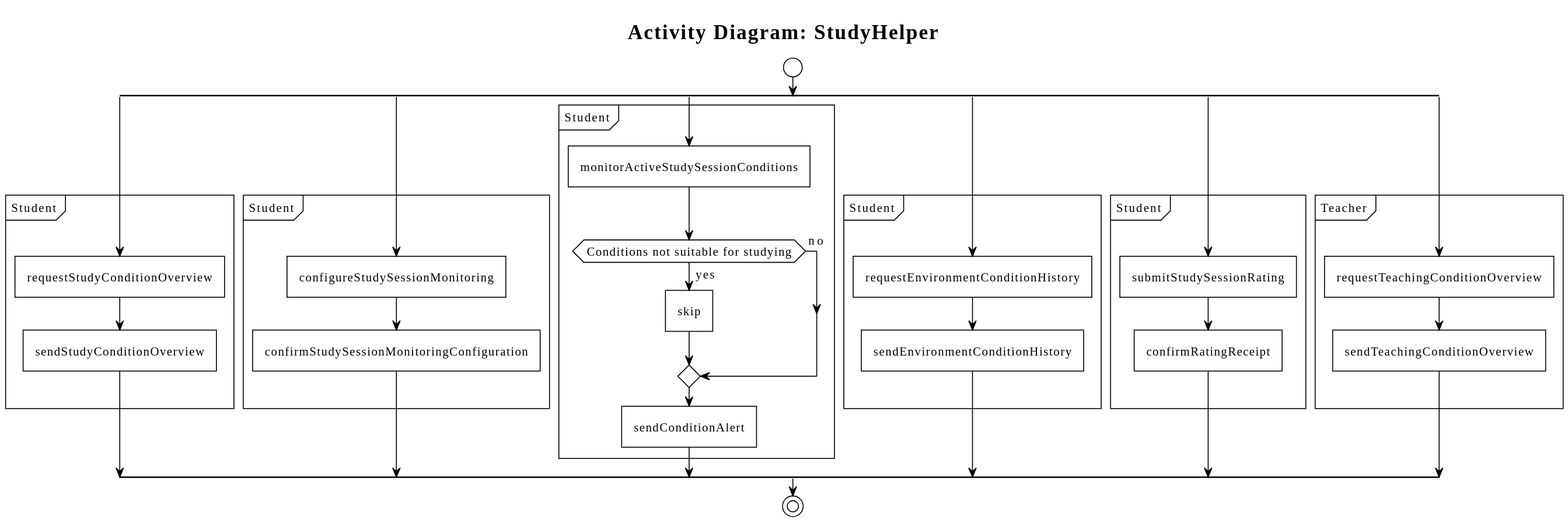
SEP4Real/SEP4 keeps this PlantUML diagram as Documentation/Analysis/StudyHelper.activity.svg. Above is the earlier version. The source it was exported from:
```plantuml
@startuml
skinparam MessageAlign center
title Activity Diagram: StudyHelper
!include https://raw.githubusercontent.com/fredoslav2004/MinimalThemePUML/refs/heads/main/minimal-theme.puml
start
split
partition "Student" {
    label AssessStudyConditionsForStudySession_start
    :requestStudyConditionOverview;
    :sendStudyConditionOverview;
    label AssessStudyConditionsForStudySession_end
}
split again
partition "Student" {
    label ConfigureStudySessionMonitoring_start
    :configureStudySessionMonitoring;
    :confirmStudySessionMonitoringConfiguration;
    label ConfigureStudySessionMonitoring_end
}
split again
partition "Student" {
    :monitorActiveStudySessionConditions;
    label ReceiveStudentEnvironmentAlert_
    if (Conditions not suitable for studying) then (yes)
      :skip;
    else (no)
    endif
    :sendConditionAlert;
    label ReceiveStudentEnvironmentAlert_end
}
split again
partition "Student" {
    label ViewEnvironmentConditionHistory_start
    :requestEnvironmentConditionHistory;
    :sendEnvironmentConditionHistory;
    label ViewEnvironmentConditionHistory_end
}
split again
partition "Student" {
    label RateStudySessionSuitability_start
    :submitStudySessionRating;
    :confirmRatingReceipt;
    label RateStudySessionSuitability_end
}
split again
partition "Teacher" {
    label AssessConditionsForTeaching_start
    :requestTeachingConditionOverview;
    :sendTeachingConditionOverview;
    label AssessConditionsForTeaching_end
}
endsplit
stop
@enduml
```
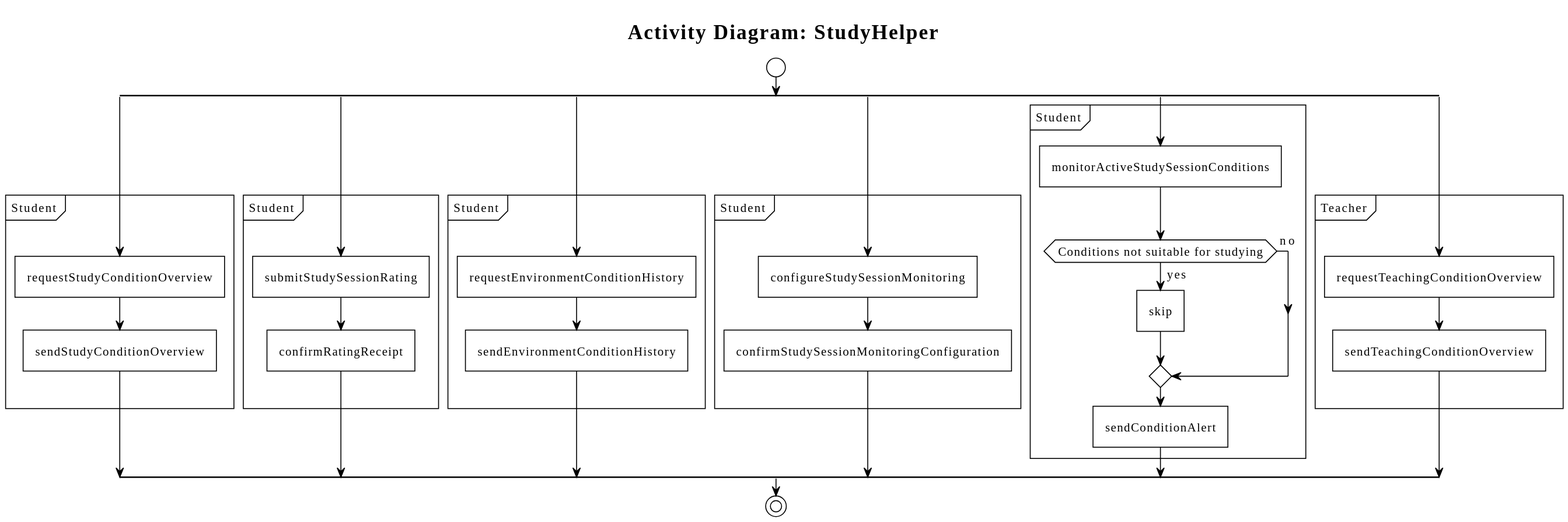
Later version of the same file.

Commit message:
[Add] Help Diagrams

What changed in the source:
```diff
@@ -9,6 +9,20 @@
     :requestStudyConditionOverview;
     :sendStudyConditionOverview;
     label AssessStudyConditionsForStudySession_end
+}
+split again
+partition "Student" {
+    label RateStudySessionSuitability_start
+    :submitStudySessionRating;
+    :confirmRatingReceipt;
+    label RateStudySessionSuitability_end
+}
+split again
+partition "Student" {
+    label ViewEnvironmentConditionHistory_start
+    :requestEnvironmentConditionHistory;
+    :sendEnvironmentConditionHistory;
+    label ViewEnvironmentConditionHistory_end
 }
 split again
 partition "Student" {
@@ -29,20 +43,6 @@
     label ReceiveStudentEnvironmentAlert_end
 }
 split again
-partition "Student" {
-    label ViewEnvironmentConditionHistory_start
-    :requestEnvironmentConditionHistory;
-    :sendEnvironmentConditionHistory;
-    label ViewEnvironmentConditionHistory_end
-}
-split again
-partition "Student" {
-    label RateStudySessionSuitability_start
-    :submitStudySessionRating;
-    :confirmRatingReceipt;
-    label RateStudySessionSuitability_end
-}
-split again
 partition "Teacher" {
     label AssessConditionsForTeaching_start
     :requestTeachingConditionOverview;
```
